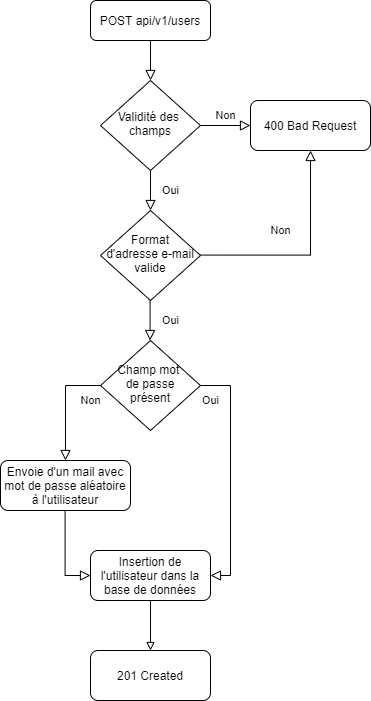
This is documentation/diagram/drawio/flowchartPostUser.png from jonathanboreljaquet/bj-travail-diplome-2021, a draw.io export, as it was before one commit. Source tidied: cells renumbered, new cells last; positions are measured from the earlier drawing's top-left corner, leaving out a move shared by most shapes.
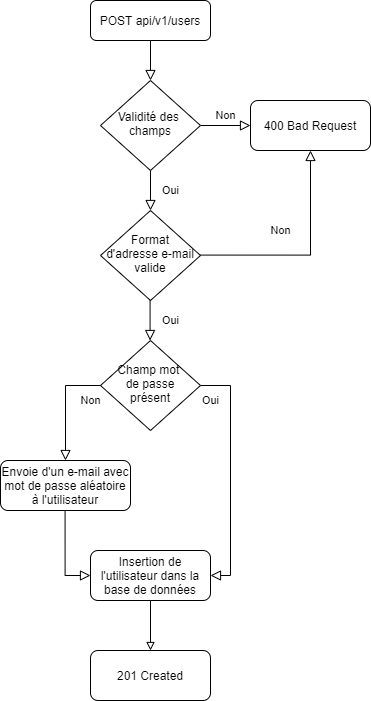
Above is the later version.

The edit, as a diff of the source:
```diff
@@ -45,7 +45,7 @@
     <mxCell id="13" value="Champ mot &lt;br&gt;de passe présent" style="rhombus;whiteSpace=wrap;html=1;shadow=0;fontFamily=Helvetica;fontSize=12;align=center;strokeWidth=1;spacing=6;spacingTop=-4;" parent="1" vertex="1">
       <mxGeometry x="100" y="340" width="100" height="90" as="geometry" />
     </mxCell>
-    <mxCell id="14" value="Envoie d'un mail avec mot de passe aléatoire à l'utilisateur" style="rounded=1;whiteSpace=wrap;html=1;fontSize=12;glass=0;strokeWidth=1;shadow=0;" parent="1" vertex="1">
+    <mxCell id="14" value="Envoie d'un e-mail avec mot de passe aléatoire à l'utilisateur" style="rounded=1;whiteSpace=wrap;html=1;fontSize=12;glass=0;strokeWidth=1;shadow=0;" parent="1" vertex="1">
       <mxGeometry y="460" width="130" height="50" as="geometry" />
     </mxCell>
     <mxCell id="15" value="Non" style="edgeStyle=orthogonalEdgeStyle;rounded=0;html=1;jettySize=auto;fontSize=11;endArrow=block;endFill=0;endSize=8;strokeWidth=1;shadow=0;labelBackgroundColor=none;entryX=0.5;entryY=0;entryDx=0;entryDy=0;exitX=0;exitY=0.5;exitDx=0;exitDy=0;" parent="1" edge="1" source="13" target="14">
```
